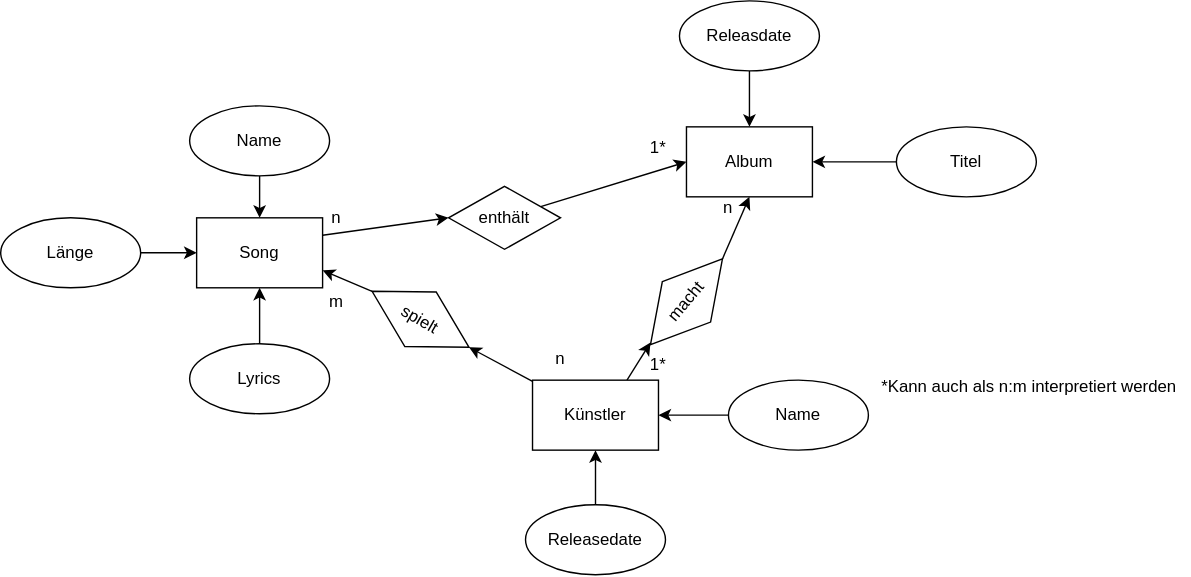
Earlier version of the draw.io export modul/Datenschema/bilder/erd-3-spotify.drawio.svg (bbz-biel-informatik/290-datenbanken). Source tidied: cells renumbered, new cells last; positions are measured from the earlier drawing's top-left corner, leaving out a move shared by most shapes.
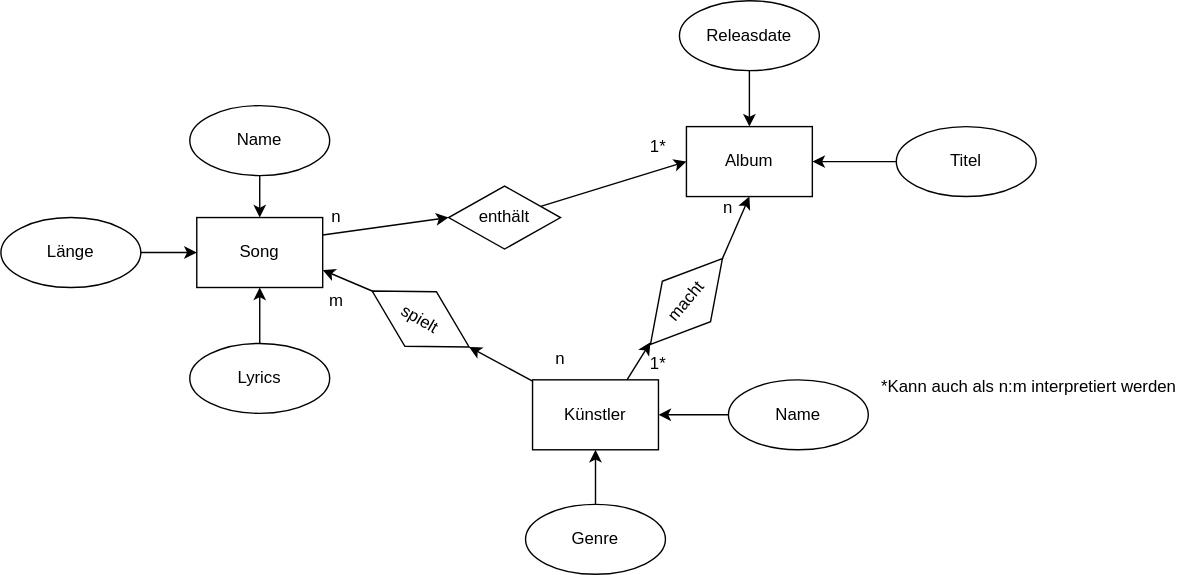
Above is the later version.

What changed in the source:
```diff
@@ -61,7 +61,7 @@
     <mxCell id="20" style="edgeStyle=orthogonalEdgeStyle;rounded=0;jettySize=auto;html=1;entryX=0.5;entryY=1;entryDx=0;entryDy=0;" parent="1" edge="1" source="21" target="17">
       <mxGeometry relative="1" as="geometry" />
     </mxCell>
-    <mxCell id="21" value="Releasedate" style="ellipse;whiteSpace=wrap;html=1;" parent="1" vertex="1">
+    <mxCell id="21" value="Genre" style="ellipse;whiteSpace=wrap;html=1;" parent="1" vertex="1">
       <mxGeometry x="375" y="360" width="100" height="50" as="geometry" />
     </mxCell>
     <mxCell id="22" value="n" style="text;html=1;whiteSpace=wrap;strokeColor=none;fillColor=none;align=center;verticalAlign=middle;rounded=0;" parent="1" vertex="1">
```
